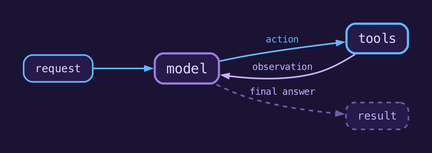
The Graphviz diagram docs/assets/agent-loop.png in sailor723/langconfig, before a commit. Its source is kept beside it as docs/assets/agent-loop.dot.
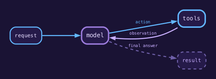
Above is the later version.

Change to the diagram source:
```diff
@@ -1,19 +1,19 @@
 digraph loop {
   rankdir=LR;
   bgcolor="#1A1334";
-  pad=0.45;
-  nodesep=0.60;
+  pad=0.30;
+  nodesep=0.51;
   ranksep=1.15;
   fontname="Menlo";
 
-  node [shape=box, style="rounded,filled", penwidth=2.2, fontname="Menlo", fontsize=15,
-        margin="0.22,0.13", fillcolor="#251A49", color="#9B7BDB", fontcolor="#E5DBFF"];
-  edge [fontname="Menlo", fontsize=13, color="#9B7BDB", fontcolor="#C7AEFF",
+  node [shape=box, style="rounded,filled", penwidth=2.2, fontname="Menlo", fontsize=11,
+        margin="0.14,0.07", fillcolor="#251A49", color="#9B7BDB", fontcolor="#E5DBFF"];
+  edge [fontname="Menlo", fontsize=9, color="#9B7BDB", fontcolor="#C7AEFF",
         penwidth=2.2, arrowsize=0.9];
 
   request [label="request", color="#62B7FF"];
-  model   [label="model",   fontsize=19, penwidth=3.0, color="#9B7BDB"];
-  tools   [label="tools",   fontsize=18, penwidth=3.0, color="#62B7FF"];
+  model   [label="model",   fontsize=13, penwidth=3.0, color="#9B7BDB"];
+  tools   [label="tools",   fontsize=12, penwidth=3.0, color="#62B7FF"];
   result  [label="result",  color="#6E5FA8", style="rounded,filled,dashed", fontcolor="#C7AEFF"];
 
   request -> model [color="#62B7FF", fontcolor="#62B7FF"];
```
